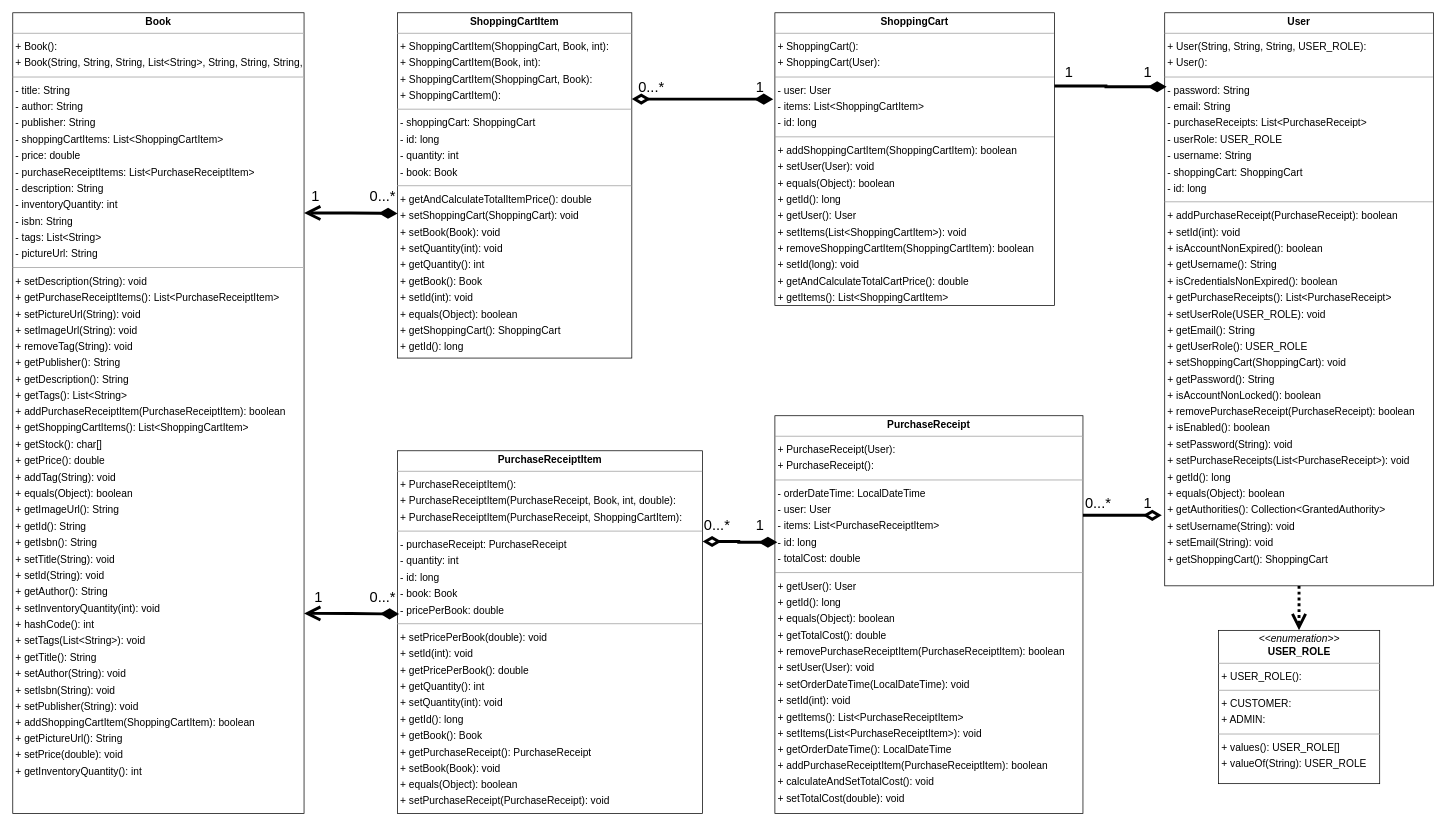
SYSC4806Group6/SYSC-4806-Group-6-AOB keeps this draw.io diagram as diagrams/ModelUMLDiagram.drawio. Above is the earlier version. Source tidied: cells renumbered, new cells numbered last; positions are measured from the earlier drawing's top-left corner, leaving out a move shared by most shapes. Both pictures are drawn from the tidied source at 73%, with x=0, y=0 at pixel (12, 12).
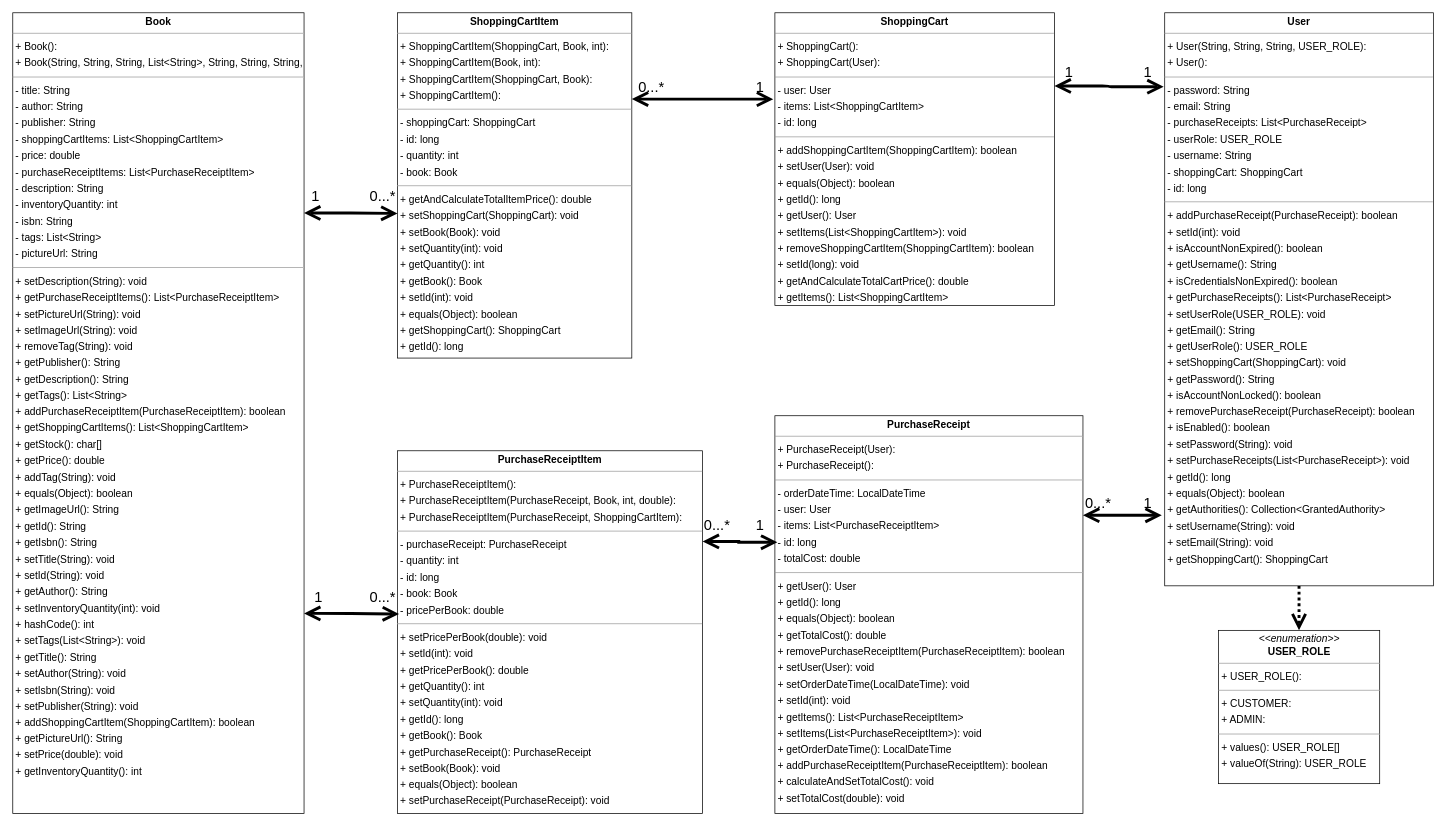
The same page after the edit.

Commit message (it also covers changes not shown here):
Fixed mistake in UML

Unchanged cells that the change refers to:
```xml
<mxCell id="2" value="&lt;p style=&quot;margin:0px;margin-top:4px;text-align:center;&quot;&gt;&lt;b&gt;Book&lt;/b&gt;&lt;/p&gt;&lt;hr size=&quot;1&quot;/&gt;&lt;p style=&quot;margin:0 0 0 4px;line-height:1.6;&quot;&gt;+ Book(): &lt;br/&gt;+ Book(String, String, String, List&amp;lt;String&amp;gt;, String, String, String, double): &lt;/p&gt;&lt;hr size=&quot;1&quot;/&gt;&lt;p style=&quot;margin:0 0 0 4px;line-height:1.6;&quot;&gt;- title: String&lt;br/&gt;- author: String&lt;br/&gt;- publisher: String&lt;br/&gt;- shoppingCartItems: List&amp;lt;ShoppingCartItem&amp;gt;&lt;br/&gt;- price: double&lt;br/&gt;- purchaseReceiptItems: List&amp;lt;PurchaseReceiptItem&amp;gt;&lt;br/&gt;- description: String&lt;br/&gt;- inventoryQuantity: int&lt;br/&gt;- isbn: String&lt;br/&gt;- tags: List&amp;lt;String&amp;gt;&lt;br/&gt;- pictureUrl: String&lt;/p&gt;&lt;hr size=&quot;1&quot;/&gt;&lt;p style=&quot;margin:0 0 0 4px;line-height:1.6;&quot;&gt;+ setDescription(String): void&lt;br/&gt;+ getPurchaseReceiptItems(): List&amp;lt;PurchaseReceiptItem&amp;gt;&lt;br/&gt;+ setPictureUrl(String): void&lt;br/&gt;+ setImageUrl(String): void&lt;br/&gt;+ removeTag(String): void&lt;br/&gt;+ getPublisher(): String&lt;br/&gt;+ getDescription(): String&lt;br/&gt;+ getTags(): List&amp;lt;String&amp;gt;&lt;br/&gt;+ addPurchaseReceiptItem(PurchaseReceiptItem): boolean&lt;br/&gt;+ getShoppingCartItems(): List&amp;lt;ShoppingCartItem&amp;gt;&lt;br/&gt;+ getStock(): char[]&lt;br/&gt;+ getPrice(): double&lt;br/&gt;+ addTag(String): void&lt;br/&gt;+ equals(Object): boolean&lt;br/&gt;+ getImageUrl(): String&lt;br/&gt;+ getId(): String&lt;br/&gt;+ getIsbn(): String&lt;br/&gt;+ setTitle(String): void&lt;br/&gt;+ setId(String): void&lt;br/&gt;+ getAuthor(): String&lt;br/&gt;+ setInventoryQuantity(int): void&lt;br/&gt;+ hashCode(): int&lt;br/&gt;+ setTags(List&amp;lt;String&amp;gt;): void&lt;br/&gt;+ getTitle(): String&lt;br/&gt;+ setAuthor(String): void&lt;br/&gt;+ setIsbn(String): void&lt;br/&gt;+ setPublisher(String): void&lt;br/&gt;+ addShoppingCartItem(ShoppingCartItem): boolean&lt;br/&gt;+ getPictureUrl(): String&lt;br/&gt;+ setPrice(double): void&lt;br/&gt;+ getInventoryQuantity(): int&lt;/p&gt;" style="verticalAlign=top;align=left;overflow=fill;fontSize=14;fontFamily=Helvetica;html=1;rounded=0;shadow=0;comic=0;labelBackgroundColor=none;strokeWidth=1;" parent="1" vertex="1">
  <mxGeometry width="399" height="1097" as="geometry" />
</mxCell>
<mxCell id="3" value="&lt;p style=&quot;margin:0px;margin-top:4px;text-align:center;&quot;&gt;&lt;b&gt;PurchaseReceipt&lt;/b&gt;&lt;/p&gt;&lt;hr size=&quot;1&quot;/&gt;&lt;p style=&quot;margin:0 0 0 4px;line-height:1.6;&quot;&gt;+ PurchaseReceipt(User): &lt;br/&gt;+ PurchaseReceipt(): &lt;/p&gt;&lt;hr size=&quot;1&quot;/&gt;&lt;p style=&quot;margin:0 0 0 4px;line-height:1.6;&quot;&gt;- orderDateTime: LocalDateTime&lt;br/&gt;- user: User&lt;br/&gt;- items: List&amp;lt;PurchaseReceiptItem&amp;gt;&lt;br/&gt;- id: long&lt;br/&gt;- totalCost: double&lt;/p&gt;&lt;hr size=&quot;1&quot;/&gt;&lt;p style=&quot;margin:0 0 0 4px;line-height:1.6;&quot;&gt;+ getUser(): User&lt;br/&gt;+ getId(): long&lt;br/&gt;+ equals(Object): boolean&lt;br/&gt;+ getTotalCost(): double&lt;br/&gt;+ removePurchaseReceiptItem(PurchaseReceiptItem): boolean&lt;br/&gt;+ setUser(User): void&lt;br/&gt;+ setOrderDateTime(LocalDateTime): void&lt;br/&gt;+ setId(int): void&lt;br/&gt;+ getItems(): List&amp;lt;PurchaseReceiptItem&amp;gt;&lt;br/&gt;+ setItems(List&amp;lt;PurchaseReceiptItem&amp;gt;): void&lt;br/&gt;+ getOrderDateTime(): LocalDateTime&lt;br/&gt;+ addPurchaseReceiptItem(PurchaseReceiptItem): boolean&lt;br/&gt;+ calculateAndSetTotalCost(): void&lt;br/&gt;+ setTotalCost(double): void&lt;/p&gt;" style="verticalAlign=top;align=left;overflow=fill;fontSize=14;fontFamily=Helvetica;html=1;rounded=0;shadow=0;comic=0;labelBackgroundColor=none;strokeWidth=1;" parent="1" vertex="1">
  <mxGeometry x="1044" y="552" width="422" height="545" as="geometry" />
</mxCell>
<mxCell id="4" value="&lt;p style=&quot;margin:0px;margin-top:4px;text-align:center;&quot;&gt;&lt;b&gt;PurchaseReceiptItem&lt;/b&gt;&lt;/p&gt;&lt;hr size=&quot;1&quot;/&gt;&lt;p style=&quot;margin:0 0 0 4px;line-height:1.6;&quot;&gt;+ PurchaseReceiptItem(): &lt;br/&gt;+ PurchaseReceiptItem(PurchaseReceipt, Book, int, double): &lt;br/&gt;+ PurchaseReceiptItem(PurchaseReceipt, ShoppingCartItem): &lt;/p&gt;&lt;hr size=&quot;1&quot;/&gt;&lt;p style=&quot;margin:0 0 0 4px;line-height:1.6;&quot;&gt;- purchaseReceipt: PurchaseReceipt&lt;br/&gt;- quantity: int&lt;br/&gt;- id: long&lt;br/&gt;- book: Book&lt;br/&gt;- pricePerBook: double&lt;/p&gt;&lt;hr size=&quot;1&quot;/&gt;&lt;p style=&quot;margin:0 0 0 4px;line-height:1.6;&quot;&gt;+ setPricePerBook(double): void&lt;br/&gt;+ setId(int): void&lt;br/&gt;+ getPricePerBook(): double&lt;br/&gt;+ getQuantity(): int&lt;br/&gt;+ setQuantity(int): void&lt;br/&gt;+ getId(): long&lt;br/&gt;+ getBook(): Book&lt;br/&gt;+ getPurchaseReceipt(): PurchaseReceipt&lt;br/&gt;+ setBook(Book): void&lt;br/&gt;+ equals(Object): boolean&lt;br/&gt;+ setPurchaseReceipt(PurchaseReceipt): void&lt;/p&gt;" style="verticalAlign=top;align=left;overflow=fill;fontSize=14;fontFamily=Helvetica;html=1;rounded=0;shadow=0;comic=0;labelBackgroundColor=none;strokeWidth=1;" parent="1" vertex="1">
  <mxGeometry x="527" y="600" width="418" height="497" as="geometry" />
</mxCell>
<mxCell id="5" value="&lt;p style=&quot;margin:0px;margin-top:4px;text-align:center;&quot;&gt;&lt;b&gt;ShoppingCart&lt;/b&gt;&lt;/p&gt;&lt;hr size=&quot;1&quot;/&gt;&lt;p style=&quot;margin:0 0 0 4px;line-height:1.6;&quot;&gt;+ ShoppingCart(): &lt;br/&gt;+ ShoppingCart(User): &lt;/p&gt;&lt;hr size=&quot;1&quot;/&gt;&lt;p style=&quot;margin:0 0 0 4px;line-height:1.6;&quot;&gt;- user: User&lt;br/&gt;- items: List&amp;lt;ShoppingCartItem&amp;gt;&lt;br/&gt;- id: long&lt;/p&gt;&lt;hr size=&quot;1&quot;/&gt;&lt;p style=&quot;margin:0 0 0 4px;line-height:1.6;&quot;&gt;+ addShoppingCartItem(ShoppingCartItem): boolean&lt;br/&gt;+ setUser(User): void&lt;br/&gt;+ equals(Object): boolean&lt;br/&gt;+ getId(): long&lt;br/&gt;+ getUser(): User&lt;br/&gt;+ setItems(List&amp;lt;ShoppingCartItem&amp;gt;): void&lt;br/&gt;+ removeShoppingCartItem(ShoppingCartItem): boolean&lt;br/&gt;+ setId(long): void&lt;br/&gt;+ getAndCalculateTotalCartPrice(): double&lt;br/&gt;+ getItems(): List&amp;lt;ShoppingCartItem&amp;gt;&lt;/p&gt;" style="verticalAlign=top;align=left;overflow=fill;fontSize=14;fontFamily=Helvetica;html=1;rounded=0;shadow=0;comic=0;labelBackgroundColor=none;strokeWidth=1;" parent="1" vertex="1">
  <mxGeometry x="1044" width="383" height="401" as="geometry" />
</mxCell>
<mxCell id="6" value="&lt;p style=&quot;margin:0px;margin-top:4px;text-align:center;&quot;&gt;&lt;b&gt;ShoppingCartItem&lt;/b&gt;&lt;/p&gt;&lt;hr size=&quot;1&quot;/&gt;&lt;p style=&quot;margin:0 0 0 4px;line-height:1.6;&quot;&gt;+ ShoppingCartItem(ShoppingCart, Book, int): &lt;br/&gt;+ ShoppingCartItem(Book, int): &lt;br/&gt;+ ShoppingCartItem(ShoppingCart, Book): &lt;br/&gt;+ ShoppingCartItem(): &lt;/p&gt;&lt;hr size=&quot;1&quot;/&gt;&lt;p style=&quot;margin:0 0 0 4px;line-height:1.6;&quot;&gt;- shoppingCart: ShoppingCart&lt;br/&gt;- id: long&lt;br/&gt;- quantity: int&lt;br/&gt;- book: Book&lt;/p&gt;&lt;hr size=&quot;1&quot;/&gt;&lt;p style=&quot;margin:0 0 0 4px;line-height:1.6;&quot;&gt;+ getAndCalculateTotalItemPrice(): double&lt;br/&gt;+ setShoppingCart(ShoppingCart): void&lt;br/&gt;+ setBook(Book): void&lt;br/&gt;+ setQuantity(int): void&lt;br/&gt;+ getQuantity(): int&lt;br/&gt;+ getBook(): Book&lt;br/&gt;+ setId(int): void&lt;br/&gt;+ equals(Object): boolean&lt;br/&gt;+ getShoppingCart(): ShoppingCart&lt;br/&gt;+ getId(): long&lt;/p&gt;" style="verticalAlign=top;align=left;overflow=fill;fontSize=14;fontFamily=Helvetica;html=1;rounded=0;shadow=0;comic=0;labelBackgroundColor=none;strokeWidth=1;" parent="1" vertex="1">
  <mxGeometry x="527" width="321" height="473" as="geometry" />
</mxCell>
<mxCell id="9" value="&lt;p style=&quot;margin:0px;margin-top:4px;text-align:center;&quot;&gt;&lt;b&gt;User&lt;/b&gt;&lt;/p&gt;&lt;hr size=&quot;1&quot;/&gt;&lt;p style=&quot;margin:0 0 0 4px;line-height:1.6;&quot;&gt;+ User(String, String, String, USER_ROLE): &lt;br/&gt;+ User(): &lt;/p&gt;&lt;hr size=&quot;1&quot;/&gt;&lt;p style=&quot;margin:0 0 0 4px;line-height:1.6;&quot;&gt;- password: String&lt;br/&gt;- email: String&lt;br/&gt;- purchaseReceipts: List&amp;lt;PurchaseReceipt&amp;gt;&lt;br/&gt;- userRole: USER_ROLE&lt;br/&gt;- username: String&lt;br/&gt;- shoppingCart: ShoppingCart&lt;br/&gt;- id: long&lt;/p&gt;&lt;hr size=&quot;1&quot;/&gt;&lt;p style=&quot;margin:0 0 0 4px;line-height:1.6;&quot;&gt;+ addPurchaseReceipt(PurchaseReceipt): boolean&lt;br/&gt;+ setId(int): void&lt;br/&gt;+ isAccountNonExpired(): boolean&lt;br/&gt;+ getUsername(): String&lt;br/&gt;+ isCredentialsNonExpired(): boolean&lt;br/&gt;+ getPurchaseReceipts(): List&amp;lt;PurchaseReceipt&amp;gt;&lt;br/&gt;+ setUserRole(USER_ROLE): void&lt;br/&gt;+ getEmail(): String&lt;br/&gt;+ getUserRole(): USER_ROLE&lt;br/&gt;+ setShoppingCart(ShoppingCart): void&lt;br/&gt;+ getPassword(): String&lt;br/&gt;+ isAccountNonLocked(): boolean&lt;br/&gt;+ removePurchaseReceipt(PurchaseReceipt): boolean&lt;br/&gt;+ isEnabled(): boolean&lt;br/&gt;+ setPassword(String): void&lt;br/&gt;+ setPurchaseReceipts(List&amp;lt;PurchaseReceipt&amp;gt;): void&lt;br/&gt;+ getId(): long&lt;br/&gt;+ equals(Object): boolean&lt;br/&gt;+ getAuthorities(): Collection&amp;lt;GrantedAuthority&amp;gt;&lt;br/&gt;+ setUsername(String): void&lt;br/&gt;+ setEmail(String): void&lt;br/&gt;+ getShoppingCart(): ShoppingCart&lt;/p&gt;" style="verticalAlign=top;align=left;overflow=fill;fontSize=14;fontFamily=Helvetica;html=1;rounded=0;shadow=0;comic=0;labelBackgroundColor=none;strokeWidth=1;" parent="1" vertex="1">
  <mxGeometry x="1578" width="368" height="785" as="geometry" />
</mxCell>
```

Diff of the diagram source:
```diff
@@
-    <mxCell id="10" style="edgeStyle=orthogonalEdgeStyle;rounded=0;jettySize=auto;html=1;exitX=1;exitY=0.25;exitDx=0;exitDy=0;entryX=0;entryY=0.581;entryDx=0;entryDy=0;entryPerimeter=0;startArrow=open;startFill=0;strokeWidth=4;startSize=14;endArrow=diamondThin;endFill=1;endSize=14;" parent="1" edge="1" source="2" target="6">
+    <mxCell id="10" style="edgeStyle=orthogonalEdgeStyle;rounded=0;jettySize=auto;html=1;exitX=1;exitY=0.25;exitDx=0;exitDy=0;entryX=0;entryY=0.581;entryDx=0;entryDy=0;entryPerimeter=0;startArrow=open;startFill=0;strokeWidth=4;startSize=14;endArrow=open;endFill=0;endSize=14;" parent="1" edge="1" source="2" target="6">
       <mxGeometry relative="1" as="geometry" />
     </mxCell>
@@
-    <mxCell id="13" style="edgeStyle=orthogonalEdgeStyle;rounded=0;jettySize=auto;html=1;exitX=1;exitY=0.75;exitDx=0;exitDy=0;entryX=0.005;entryY=0.45;entryDx=0;entryDy=0;entryPerimeter=0;startArrow=open;startFill=0;strokeWidth=4;startSize=14;endArrow=diamondThin;endFill=1;endSize=14;" parent="1" edge="1" source="2" target="4">
+    <mxCell id="13" style="edgeStyle=orthogonalEdgeStyle;rounded=0;jettySize=auto;html=1;exitX=1;exitY=0.75;exitDx=0;exitDy=0;entryX=0.005;entryY=0.45;entryDx=0;entryDy=0;entryPerimeter=0;startArrow=open;startFill=0;strokeWidth=4;startSize=14;endArrow=open;endFill=0;endSize=14;" parent="1" edge="1" source="2" target="4">
       <mxGeometry relative="1" as="geometry" />
     </mxCell>
@@
-    <mxCell id="16" style="edgeStyle=orthogonalEdgeStyle;rounded=0;jettySize=auto;html=1;exitX=1;exitY=0.25;exitDx=0;exitDy=0;entryX=-0.006;entryY=0.295;entryDx=0;entryDy=0;entryPerimeter=0;endArrow=diamondThin;endFill=1;endSize=14;startArrow=diamondThin;startFill=0;strokeWidth=4;startSize=14;" parent="1" edge="1" source="6" target="5">
+    <mxCell id="16" style="edgeStyle=orthogonalEdgeStyle;rounded=0;jettySize=auto;html=1;exitX=1;exitY=0.25;exitDx=0;exitDy=0;entryX=-0.006;entryY=0.295;entryDx=0;entryDy=0;entryPerimeter=0;endArrow=open;endFill=0;endSize=14;startArrow=open;startFill=0;strokeWidth=4;startSize=14;" parent="1" edge="1" source="6" target="5">
       <mxGeometry relative="1" as="geometry" />
     </mxCell>
@@
-    <mxCell id="19" style="edgeStyle=orthogonalEdgeStyle;rounded=0;jettySize=auto;html=1;exitX=1;exitY=0.25;exitDx=0;exitDy=0;entryX=0.008;entryY=0.318;entryDx=0;entryDy=0;entryPerimeter=0;endArrow=diamondThin;endFill=1;endSize=14;startArrow=diamondThin;startFill=0;strokeWidth=4;startSize=14;" parent="1" edge="1" source="4" target="3">
+    <mxCell id="19" style="edgeStyle=orthogonalEdgeStyle;rounded=0;jettySize=auto;html=1;exitX=1;exitY=0.25;exitDx=0;exitDy=0;entryX=0.008;entryY=0.318;entryDx=0;entryDy=0;entryPerimeter=0;endArrow=open;endFill=0;endSize=14;startArrow=open;startFill=0;strokeWidth=4;startSize=14;" parent="1" edge="1" source="4" target="3">
       <mxGeometry relative="1" as="geometry" />
     </mxCell>
@@
-    <mxCell id="22" style="edgeStyle=orthogonalEdgeStyle;rounded=0;jettySize=auto;html=1;exitX=1;exitY=0.25;exitDx=0;exitDy=0;entryX=0.007;entryY=0.129;entryDx=0;entryDy=0;entryPerimeter=0;strokeWidth=4;endArrow=diamondThin;endFill=1;endSize=14;" parent="1" edge="1" source="5" target="9">
+    <mxCell id="22" style="edgeStyle=orthogonalEdgeStyle;rounded=1;jettySize=auto;html=1;exitX=1;exitY=0.25;exitDx=0;exitDy=0;entryX=-0.004;entryY=0.129;entryDx=0;entryDy=0;entryPerimeter=0;strokeWidth=4;endArrow=open;endFill=0;endSize=14;startArrow=open;startFill=0;startSize=14;curved=0;" parent="1" edge="1" source="5" target="9">
       <mxGeometry relative="1" as="geometry" />
     </mxCell>
@@
-    <mxCell id="25" style="edgeStyle=orthogonalEdgeStyle;rounded=0;jettySize=auto;html=1;exitX=1;exitY=0.25;exitDx=0;exitDy=0;entryX=-0.011;entryY=0.877;entryDx=0;entryDy=0;entryPerimeter=0;strokeWidth=4;endSize=14;endArrow=diamondThin;endFill=0;" parent="1" edge="1" source="3" target="9">
+    <mxCell id="25" style="edgeStyle=orthogonalEdgeStyle;rounded=0;jettySize=auto;html=1;exitX=1;exitY=0.25;exitDx=0;exitDy=0;entryX=-0.011;entryY=0.877;entryDx=0;entryDy=0;entryPerimeter=0;strokeWidth=4;endSize=14;endArrow=open;endFill=0;startArrow=open;startFill=0;startSize=14;" parent="1" edge="1" source="3" target="9">
       <mxGeometry relative="1" as="geometry" />
     </mxCell>
```
